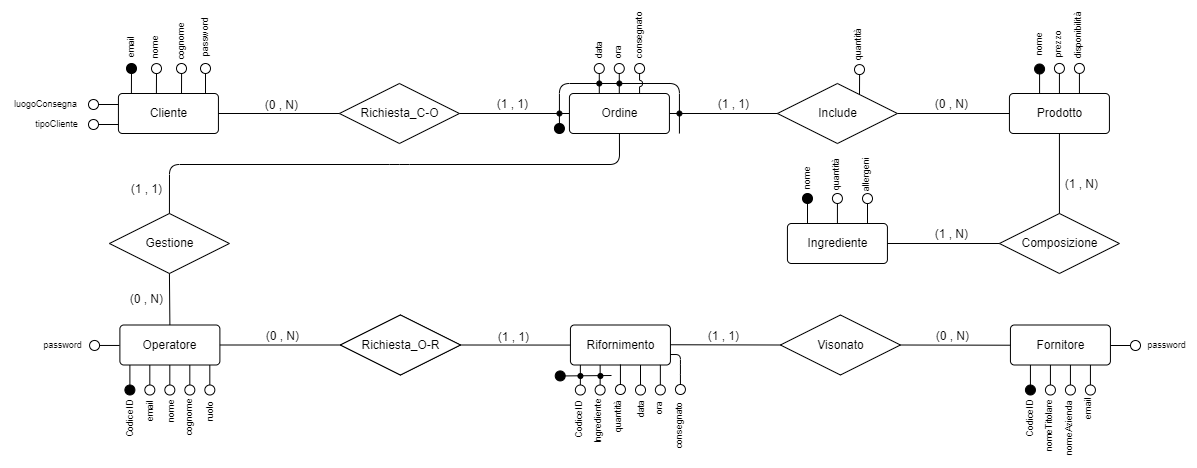
Earlier version of the draw.io export Schematics/Conceptual_model2.drawio.png (Dani-Picciau/OwlBreak). Source tidied: cells renumbered, new cells last; positions are measured from the earlier drawing's top-left corner, leaving out a move shared by most shapes.
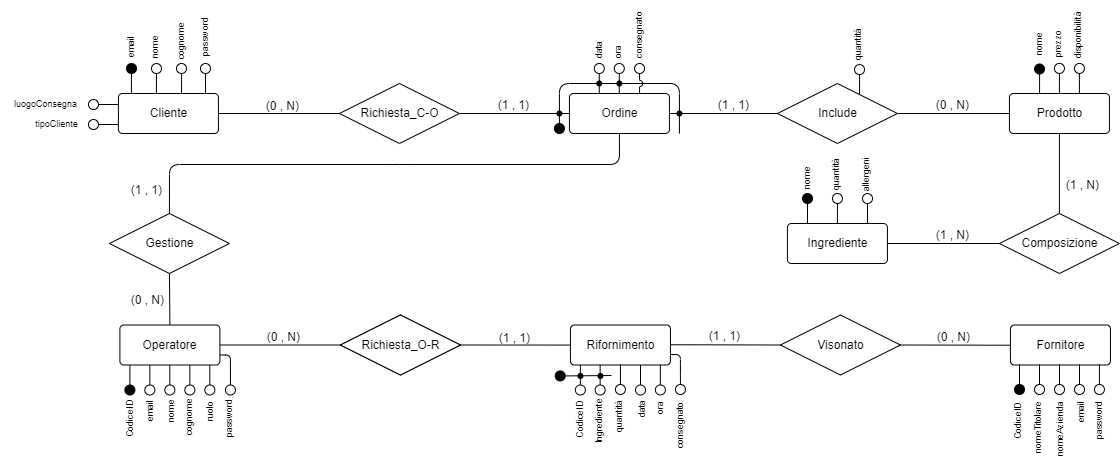
After the change.

The edit, as a diff of the source:
```diff
@@ -195,66 +195,6 @@
     <mxCell id="52" value="email" style="text;html=1;align=center;verticalAlign=middle;strokeColor=none;fillColor=none;fontSize=9;rotation=-90;rounded=0;labelBackgroundColor=none;fontColor=default;backgroundOutline=1;fillOpacity=100;strokeOpacity=100;labelBorderColor=none;" parent="1" vertex="1">
       <mxGeometry x="124.4" y="393.5" width="50" height="20" as="geometry" />
     </mxCell>
-    <mxCell id="53" style="group;rotation=-180;rounded=0;labelBackgroundColor=default;fontColor=default;backgroundOutline=1;fillOpacity=100;strokeOpacity=100;labelBorderColor=none;" parent="1" vertex="1">
-      <mxGeometry x="1063.9" y="357.5" width="14.1" height="32.1" as="geometry" />
-    </mxCell>
-    <mxCell id="54" style="ellipse;html=1;strokeWidth=1;rotation=-405;fillColor=none;rounded=0;labelBackgroundColor=default;fontColor=default;backgroundOutline=1;fillOpacity=100;strokeOpacity=100;labelBorderColor=none;" parent="53" vertex="1">
-      <mxGeometry x="1" y="20" width="10" height="10" as="geometry" />
-    </mxCell>
-    <mxCell id="55" style="endArrow=none;html=1;rounded=0;labelBackgroundColor=default;fontColor=default;backgroundOutline=1;fillOpacity=100;strokeOpacity=100;labelBorderColor=none;" parent="53" edge="1">
-      <mxGeometry relative="1" as="geometry">
-        <mxPoint x="6" as="sourcePoint" />
-        <mxPoint x="6" y="20" as="targetPoint" />
-      </mxGeometry>
-    </mxCell>
-    <mxCell id="56" style="group;rotation=-180;rounded=0;labelBackgroundColor=default;fontColor=default;backgroundOutline=1;fillOpacity=100;strokeOpacity=100;labelBorderColor=none;" parent="1" vertex="1">
-      <mxGeometry x="1042.9" y="357.5" width="14.1" height="32.1" as="geometry" />
-    </mxCell>
-    <mxCell id="57" style="ellipse;html=1;strokeWidth=1;rotation=-405;fillColor=none;rounded=0;labelBackgroundColor=default;fontColor=default;backgroundOutline=1;fillOpacity=100;strokeOpacity=100;labelBorderColor=none;" parent="56" vertex="1">
-      <mxGeometry x="2" y="20" width="10" height="10" as="geometry" />
-    </mxCell>
-    <mxCell id="58" style="endArrow=none;html=1;rounded=0;labelBackgroundColor=default;fontColor=default;backgroundOutline=1;fillOpacity=100;strokeOpacity=100;labelBorderColor=none;" parent="56" edge="1">
-      <mxGeometry relative="1" as="geometry">
-        <mxPoint x="7" as="sourcePoint" />
-        <mxPoint x="7" y="20" as="targetPoint" />
-      </mxGeometry>
-    </mxCell>
-    <mxCell id="59" style="group;rotation=-180;rounded=0;labelBackgroundColor=default;fontColor=default;backgroundOutline=1;fillOpacity=100;strokeOpacity=100;labelBorderColor=none;" parent="1" vertex="1">
-      <mxGeometry x="1022.9" y="357.5" width="14.1" height="32.1" as="geometry" />
-    </mxCell>
-    <mxCell id="60" style="ellipse;html=1;strokeWidth=1;rotation=-405;fillColor=#000000;rounded=0;labelBackgroundColor=default;fontColor=default;backgroundOutline=1;fillOpacity=100;strokeOpacity=100;labelBorderColor=none;" parent="59" vertex="1">
-      <mxGeometry x="2" y="20" width="10" height="10" as="geometry" />
-    </mxCell>
-    <mxCell id="61" style="endArrow=none;html=1;rounded=0;labelBackgroundColor=default;fontColor=default;backgroundOutline=1;fillOpacity=100;strokeOpacity=100;labelBorderColor=none;" parent="59" edge="1">
-      <mxGeometry relative="1" as="geometry">
-        <mxPoint x="7" as="sourcePoint" />
-        <mxPoint x="7" y="20" as="targetPoint" />
-      </mxGeometry>
-    </mxCell>
-    <mxCell id="62" style="group;rotation=-180;rounded=0;labelBackgroundColor=default;fontColor=default;backgroundOutline=1;fillOpacity=100;strokeOpacity=100;labelBorderColor=none;" parent="1" vertex="1">
-      <mxGeometry x="1083.9" y="357.5" width="14.1" height="32.1" as="geometry" />
-    </mxCell>
-    <mxCell id="63" style="ellipse;html=1;strokeWidth=1;rotation=-405;fillColor=none;rounded=0;labelBackgroundColor=default;fontColor=default;backgroundOutline=1;fillOpacity=100;strokeOpacity=100;labelBorderColor=none;" parent="62" vertex="1">
-      <mxGeometry x="1" y="20" width="10" height="10" as="geometry" />
-    </mxCell>
-    <mxCell id="64" style="endArrow=none;html=1;rounded=0;labelBackgroundColor=default;fontColor=default;backgroundOutline=1;fillOpacity=100;strokeOpacity=100;labelBorderColor=none;" parent="62" edge="1">
-      <mxGeometry relative="1" as="geometry">
-        <mxPoint x="6" as="sourcePoint" />
-        <mxPoint x="6" y="20" as="targetPoint" />
-      </mxGeometry>
-    </mxCell>
-    <mxCell id="65" value="CodiceID" style="text;html=1;align=center;verticalAlign=middle;strokeColor=none;fillColor=none;fontSize=9;rotation=-90;rounded=0;labelBackgroundColor=none;fontColor=default;backgroundOutline=1;fillOpacity=100;strokeOpacity=100;labelBorderColor=none;" parent="1" vertex="1">
-      <mxGeometry x="1000.9" y="401.5" width="60" height="20" as="geometry" />
-    </mxCell>
-    <mxCell id="66" value="nomeTitolare" style="text;html=1;align=center;verticalAlign=middle;strokeColor=none;fillColor=none;fontSize=9;rotation=-90;rounded=0;labelBackgroundColor=none;fontColor=default;backgroundOutline=1;fillOpacity=100;strokeOpacity=100;labelBorderColor=none;" parent="1" vertex="1">
-      <mxGeometry x="1009.9" y="408.5" width="80" height="20" as="geometry" />
-    </mxCell>
-    <mxCell id="67" value="nomeAzienda" style="text;html=1;align=center;verticalAlign=middle;strokeColor=none;fillColor=none;fontSize=9;rotation=-90;rounded=0;labelBackgroundColor=none;fontColor=default;backgroundOutline=1;fillOpacity=100;strokeOpacity=100;labelBorderColor=none;" parent="1" vertex="1">
-      <mxGeometry x="1029.9" y="410.5" width="80" height="20" as="geometry" />
-    </mxCell>
-    <mxCell id="68" value="email" style="text;html=1;align=center;verticalAlign=middle;strokeColor=none;fillColor=none;fontSize=9;rotation=-90;rounded=0;labelBackgroundColor=none;fontColor=default;backgroundOutline=1;fillOpacity=100;strokeOpacity=100;labelBorderColor=none;" parent="1" vertex="1">
-      <mxGeometry x="1063.9" y="391.5" width="50" height="20" as="geometry" />
-    </mxCell>
     <mxCell id="69" value="quantità" style="text;html=1;align=center;verticalAlign=middle;strokeColor=none;fillColor=none;fontSize=9;rotation=-90;rounded=0;labelBackgroundColor=none;fontColor=default;backgroundOutline=1;fillOpacity=100;strokeOpacity=100;labelBorderColor=none;" parent="1" vertex="1">
       <mxGeometry x="805.9" y="157" width="60" height="20" as="geometry" />
     </mxCell>
@@ -578,40 +518,6 @@
         <mxPoint x="1039.1" y="66.5" as="targetPoint" />
       </mxGeometry>
     </mxCell>
-    <mxCell id="153" style="group;" parent="1" vertex="1">
-      <mxGeometry x="32" y="328" width="87.2" height="20" as="geometry" />
-    </mxCell>
-    <mxCell id="154" style="group;rotation=-90;rounded=0;labelBackgroundColor=default;fontColor=default;backgroundOutline=1;fillOpacity=100;strokeOpacity=100;labelBorderColor=none;" parent="153" vertex="1">
-      <mxGeometry x="64.1" y="-6" width="14.1" height="32.1" as="geometry" />
-    </mxCell>
-    <mxCell id="155" style="ellipse;html=1;strokeWidth=1;rotation=-315;fillColor=none;rounded=0;labelBackgroundColor=default;fontColor=default;backgroundOutline=1;fillOpacity=100;strokeOpacity=100;labelBorderColor=none;" parent="154" vertex="1">
-      <mxGeometry x="-7" y="11" width="10" height="10" as="geometry" />
-    </mxCell>
-    <mxCell id="156" style="endArrow=none;html=1;entryX=1;entryY=0;entryDx=0;entryDy=0;rounded=0;labelBackgroundColor=default;fontColor=default;backgroundOutline=1;fillOpacity=100;strokeOpacity=100;labelBorderColor=none;" parent="154" edge="1" target="155">
-      <mxGeometry relative="1" as="geometry">
-        <mxPoint x="23" y="16" as="sourcePoint" />
-      </mxGeometry>
-    </mxCell>
-    <mxCell id="157" value="password" style="text;html=1;align=center;verticalAlign=middle;strokeColor=none;fillColor=none;fontSize=9;rotation=0;rounded=0;labelBackgroundColor=none;fontColor=default;backgroundOutline=1;fillOpacity=100;strokeOpacity=100;labelBorderColor=none;" parent="153" vertex="1">
-      <mxGeometry width="60" height="20" as="geometry" />
-    </mxCell>
-    <mxCell id="158" style="group;" parent="1" vertex="1">
-      <mxGeometry x="1110" y="328" width="86.1" height="20" as="geometry" />
-    </mxCell>
-    <mxCell id="159" value="password" style="text;html=1;align=center;verticalAlign=middle;strokeColor=none;fillColor=none;fontSize=9;rotation=0;rounded=0;labelBackgroundColor=none;fontColor=default;backgroundOutline=1;fillOpacity=100;strokeOpacity=100;labelBorderColor=none;" parent="158" vertex="1">
-      <mxGeometry x="26.1" width="60" height="20" as="geometry" />
-    </mxCell>
-    <mxCell id="160" style="group;" parent="158" vertex="1">
-      <mxGeometry y="2.9" width="32.1" height="14.1" as="geometry" />
-    </mxCell>
-    <mxCell id="161" style="ellipse;html=1;strokeWidth=1;rotation=-135;fillColor=none;rounded=0;labelBackgroundColor=default;fontColor=default;backgroundOutline=1;fillOpacity=100;strokeOpacity=100;labelBorderColor=none;" parent="160" vertex="1">
-      <mxGeometry x="20" y="2.1" width="10" height="10" as="geometry" />
-    </mxCell>
-    <mxCell id="162" style="endArrow=none;html=1;entryX=1;entryY=0;entryDx=0;entryDy=0;rounded=0;labelBackgroundColor=default;fontColor=default;backgroundOutline=1;fillOpacity=100;strokeOpacity=100;labelBorderColor=none;" parent="160" edge="1" target="161">
-      <mxGeometry relative="1" as="geometry">
-        <mxPoint y="7.1" as="sourcePoint" />
-      </mxGeometry>
-    </mxCell>
     <mxCell id="163" style="group;" parent="1" vertex="1">
       <mxGeometry x="121" width="94" height="86.1" as="geometry" />
     </mxCell>
@@ -671,5 +577,85 @@
         <mxPoint x="16" y="23" as="sourcePoint" />
       </mxGeometry>
     </mxCell>
+    <mxCell id="179" style="group;" parent="1" vertex="1">
+      <mxGeometry x="218.9" y="347.5" width="20" height="94" as="geometry" />
+    </mxCell>
+    <mxCell id="180" style="ellipse;html=1;strokeWidth=1;rotation=-405;fillColor=none;rounded=0;labelBackgroundColor=default;fontColor=default;backgroundOutline=1;fillOpacity=100;strokeOpacity=100;labelBorderColor=none;" parent="179" vertex="1">
+      <mxGeometry x="6" y="30" width="10" height="10" as="geometry" />
+    </mxCell>
+    <mxCell id="181" style="endArrow=none;html=1;rounded=1;labelBackgroundColor=default;fontColor=default;entryX=1;entryY=0;entryDx=0;entryDy=0;exitX=1;exitY=0.738;exitDx=0;exitDy=0;exitPerimeter=0;backgroundOutline=1;fillOpacity=100;strokeOpacity=100;labelBorderColor=none;" parent="179" edge="1" target="180">
+      <mxGeometry relative="1" as="geometry">
+        <mxPoint x="1.1" as="sourcePoint" />
+        <Array as="points">
+          <mxPoint x="11" />
+          <mxPoint x="11" y="10" />
+        </Array>
+      </mxGeometry>
+    </mxCell>
+    <mxCell id="182" value="password" style="text;html=1;align=center;verticalAlign=middle;strokeColor=none;fillColor=none;fontSize=9;rotation=-90;rounded=0;labelBackgroundColor=none;fontColor=default;backgroundOutline=1;fillOpacity=100;strokeOpacity=100;labelBorderColor=none;" parent="179" vertex="1">
+      <mxGeometry x="-20" y="54" width="60" height="20" as="geometry" />
+    </mxCell>
+    <mxCell id="183" style="endArrow=none;html=1;rounded=0;labelBackgroundColor=default;fontColor=default;backgroundOutline=1;fillOpacity=100;strokeOpacity=100;labelBorderColor=none;" parent="1" edge="1">
+      <mxGeometry relative="1" as="geometry">
+        <mxPoint x="1059" y="357" as="sourcePoint" />
+        <mxPoint x="1059" y="377" as="targetPoint" />
+      </mxGeometry>
+    </mxCell>
+    <mxCell id="184" style="endArrow=none;html=1;rounded=0;labelBackgroundColor=default;fontColor=default;backgroundOutline=1;fillOpacity=100;strokeOpacity=100;labelBorderColor=none;" parent="1" edge="1">
+      <mxGeometry relative="1" as="geometry">
+        <mxPoint x="1039" y="357" as="sourcePoint" />
+        <mxPoint x="1039" y="377" as="targetPoint" />
+      </mxGeometry>
+    </mxCell>
+    <mxCell id="185" style="endArrow=none;html=1;rounded=0;labelBackgroundColor=default;fontColor=default;backgroundOutline=1;fillOpacity=100;strokeOpacity=100;labelBorderColor=none;" parent="1" edge="1">
+      <mxGeometry relative="1" as="geometry">
+        <mxPoint x="1019" y="357" as="sourcePoint" />
+        <mxPoint x="1019" y="377" as="targetPoint" />
+      </mxGeometry>
+    </mxCell>
+    <mxCell id="186" style="endArrow=none;html=1;rounded=0;labelBackgroundColor=default;fontColor=default;backgroundOutline=1;fillOpacity=100;strokeOpacity=100;labelBorderColor=none;" parent="1" edge="1">
+      <mxGeometry relative="1" as="geometry">
+        <mxPoint x="1079" y="357" as="sourcePoint" />
+        <mxPoint x="1079" y="377" as="targetPoint" />
+      </mxGeometry>
+    </mxCell>
+    <mxCell id="187" value="password" style="text;html=1;align=center;verticalAlign=middle;strokeColor=none;fillColor=none;fontSize=9;rotation=-90;rounded=0;labelBackgroundColor=none;fontColor=default;backgroundOutline=1;fillOpacity=100;strokeOpacity=100;labelBorderColor=none;" parent="1" vertex="1">
+      <mxGeometry x="1068" y="403.5" width="60" height="20" as="geometry" />
+    </mxCell>
+    <mxCell id="65" value="CodiceID" style="text;html=1;align=center;verticalAlign=middle;strokeColor=none;fillColor=none;fontSize=9;rotation=-90;rounded=0;labelBackgroundColor=none;fontColor=default;backgroundOutline=1;fillOpacity=100;strokeOpacity=100;labelBorderColor=none;" parent="1" vertex="1">
+      <mxGeometry x="988" y="404" width="60" height="20" as="geometry" />
+    </mxCell>
+    <mxCell id="66" value="nomeTitolare" style="text;html=1;align=center;verticalAlign=middle;strokeColor=none;fillColor=none;fontSize=9;rotation=-90;rounded=0;labelBackgroundColor=none;fontColor=default;backgroundOutline=1;fillOpacity=100;strokeOpacity=100;labelBorderColor=none;" parent="1" vertex="1">
+      <mxGeometry x="998" y="410" width="80" height="20" as="geometry" />
+    </mxCell>
+    <mxCell id="67" value="nomeAzienda" style="text;html=1;align=center;verticalAlign=middle;strokeColor=none;fillColor=none;fontSize=9;rotation=-90;rounded=0;labelBackgroundColor=none;fontColor=default;backgroundOutline=1;fillOpacity=100;strokeOpacity=100;labelBorderColor=none;" parent="1" vertex="1">
+      <mxGeometry x="1020" y="412" width="80" height="20" as="geometry" />
+    </mxCell>
+    <mxCell id="68" value="email" style="text;html=1;align=center;verticalAlign=middle;strokeColor=none;fillColor=none;fontSize=9;rotation=-90;rounded=0;labelBackgroundColor=none;fontColor=default;backgroundOutline=1;fillOpacity=100;strokeOpacity=100;labelBorderColor=none;" parent="1" vertex="1">
+      <mxGeometry x="1056" y="395" width="50" height="20" as="geometry" />
+    </mxCell>
+    <mxCell id="188" style="ellipse;html=1;strokeWidth=1;rotation=-405;fillColor=none;rounded=0;labelBackgroundColor=default;fontColor=default;backgroundOutline=1;fillOpacity=100;strokeOpacity=100;labelBorderColor=none;" parent="1" vertex="1">
+      <mxGeometry x="1054" y="377" width="10" height="10" as="geometry" />
+    </mxCell>
+    <mxCell id="189" style="ellipse;html=1;strokeWidth=1;rotation=-405;fillColor=none;rounded=0;labelBackgroundColor=default;fontColor=default;backgroundOutline=1;fillOpacity=100;strokeOpacity=100;labelBorderColor=none;" parent="1" vertex="1">
+      <mxGeometry x="1034" y="377" width="10" height="10" as="geometry" />
+    </mxCell>
+    <mxCell id="190" style="ellipse;html=1;strokeWidth=1;rotation=-405;fillColor=#000000;rounded=0;labelBackgroundColor=default;fontColor=default;backgroundOutline=1;fillOpacity=100;strokeOpacity=100;labelBorderColor=none;" parent="1" vertex="1">
+      <mxGeometry x="1014" y="377" width="10" height="10" as="geometry" />
+    </mxCell>
+    <mxCell id="191" style="ellipse;html=1;strokeWidth=1;rotation=-405;fillColor=none;rounded=0;labelBackgroundColor=default;fontColor=default;backgroundOutline=1;fillOpacity=100;strokeOpacity=100;labelBorderColor=none;" parent="1" vertex="1">
+      <mxGeometry x="1074" y="377" width="10" height="10" as="geometry" />
+    </mxCell>
+    <mxCell id="192" style="group;" parent="1" vertex="1">
+      <mxGeometry x="1091.9" y="357" width="14.1" height="32.1" as="geometry" />
+    </mxCell>
+    <mxCell id="193" style="endArrow=none;html=1;entryX=1;entryY=0;entryDx=0;entryDy=0;rounded=0;labelBackgroundColor=default;fontColor=default;backgroundOutline=1;fillOpacity=100;strokeOpacity=100;labelBorderColor=none;" parent="192" edge="1" target="194">
+      <mxGeometry relative="1" as="geometry">
+        <mxPoint x="7.1" as="sourcePoint" />
+      </mxGeometry>
+    </mxCell>
+    <mxCell id="194" style="ellipse;html=1;strokeWidth=1;rotation=-405;fillColor=none;rounded=0;labelBackgroundColor=default;fontColor=default;backgroundOutline=1;fillOpacity=100;strokeOpacity=100;labelBorderColor=none;" parent="192" vertex="1">
+      <mxGeometry x="2.1" y="20" width="10" height="10" as="geometry" />
+    </mxCell>
   </root>
 </mxGraphModel>
```
